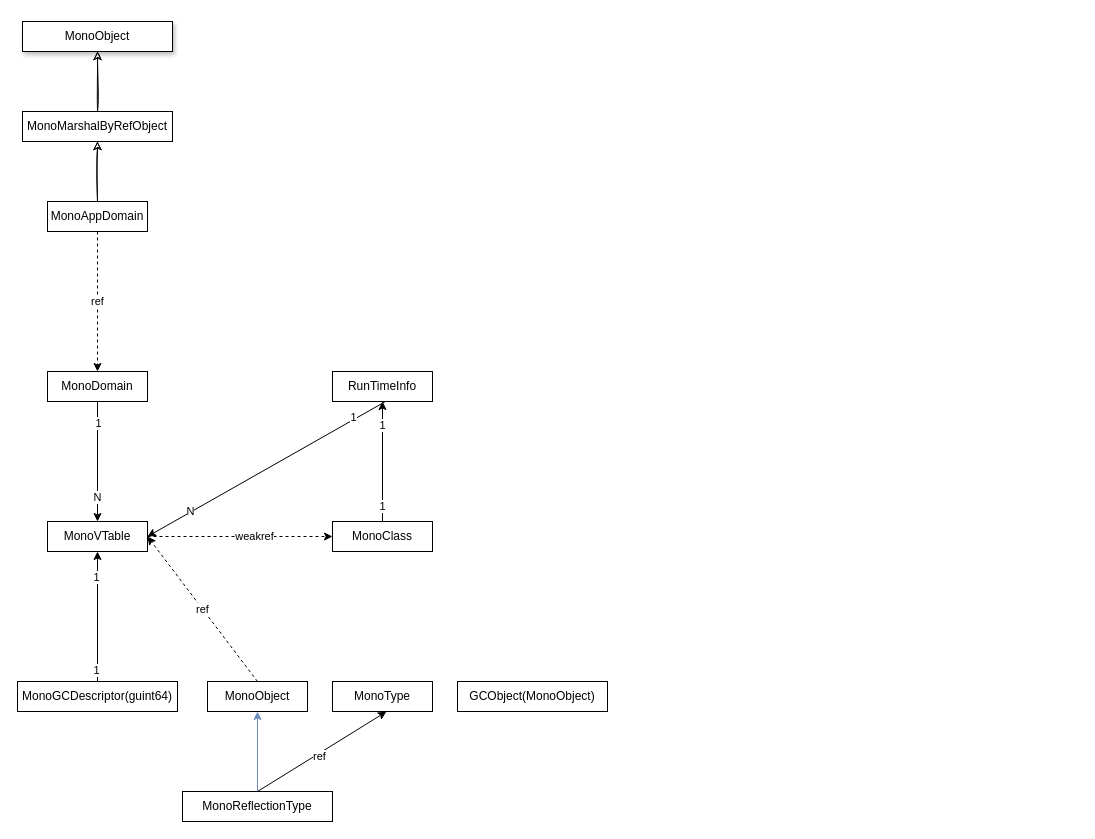
Above: doc/mono.drawio in yuanronghhh/Cst (draw.io), before the change. Source tidied: cells renumbered, new cells numbered last; positions are measured from the earlier drawing's top-left corner, leaving out a move shared by most shapes. Both pictures are drawn from the tidied source at 100%, with x=0, y=0 at pixel (17, 21).
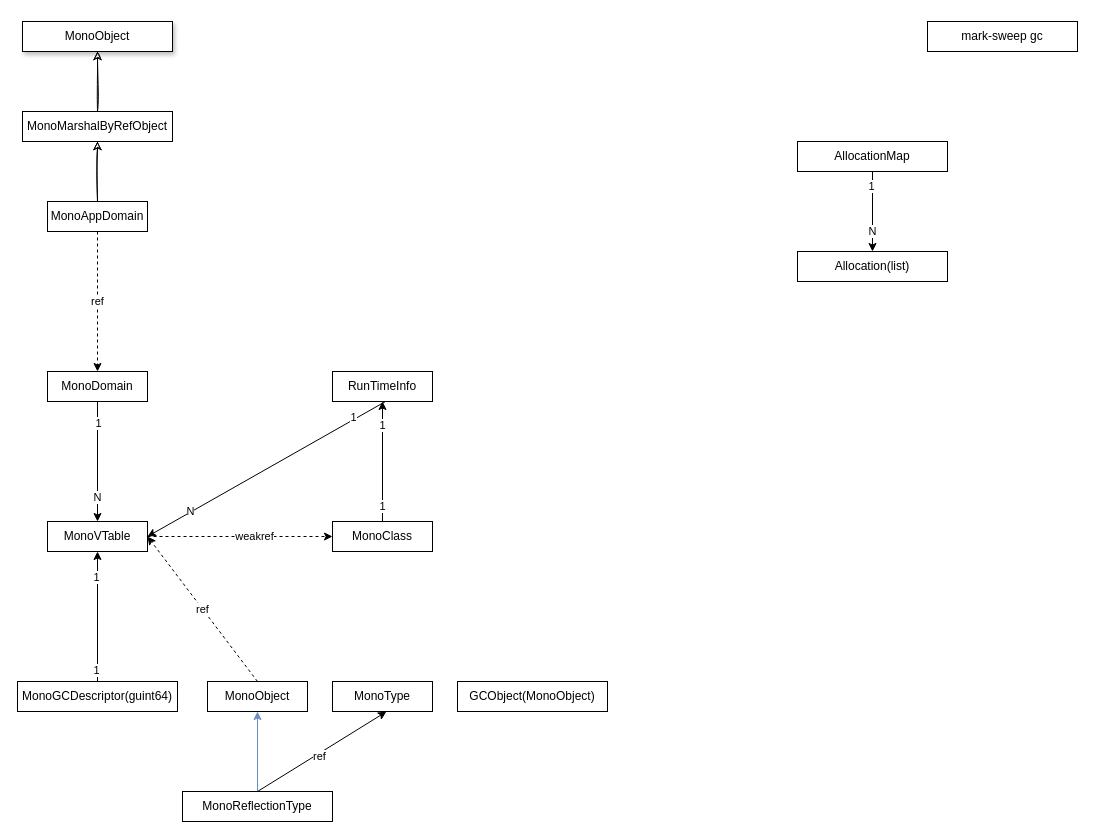
The same diagram, later.

Change to the diagram source:
```diff
@@
+    <mxCell id="35" value="&lt;div style=&quot;text-align: left;&quot;&gt;mark-&lt;span style=&quot;background-color: initial;&quot;&gt;sweep gc&lt;/span&gt;&lt;/div&gt;" style="whiteSpace=wrap;html=1;" parent="1" vertex="1">
+      <mxGeometry x="910" width="150" height="30" as="geometry" />
+    </mxCell>
+    <mxCell id="36" style="edgeStyle=orthogonalEdgeStyle;rounded=0;jettySize=auto;html=1;entryX=0.5;entryY=0;entryDx=0;entryDy=0;" parent="1" edge="1" source="39" target="40">
+      <mxGeometry relative="1" as="geometry" />
+    </mxCell>
+    <mxCell id="37" value="1" style="edgeLabel;html=1;align=center;verticalAlign=middle;" parent="36" vertex="1">
+      <mxGeometry x="-0.68" relative="1" as="geometry">
+        <mxPoint x="-2" y="1" as="offset" />
+      </mxGeometry>
+    </mxCell>
+    <mxCell id="38" value="N" style="edgeLabel;html=1;align=center;verticalAlign=middle;" parent="36" vertex="1">
+      <mxGeometry x="0.59" y="-1" relative="1" as="geometry">
+        <mxPoint y="-5" as="offset" />
+      </mxGeometry>
+    </mxCell>
+    <mxCell id="39" value="&lt;div style=&quot;text-align: left;&quot;&gt;AllocationMap&lt;/div&gt;" style="whiteSpace=wrap;html=1;" parent="1" vertex="1">
+      <mxGeometry x="780" y="120" width="150" height="30" as="geometry" />
+    </mxCell>
+    <mxCell id="40" value="&lt;div style=&quot;text-align: left;&quot;&gt;Allocation(list)&lt;/div&gt;" style="whiteSpace=wrap;html=1;" parent="1" vertex="1">
+      <mxGeometry x="780" y="230" width="150" height="30" as="geometry" />
+    </mxCell>
```
